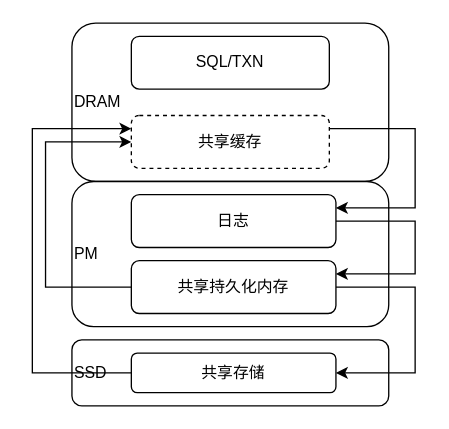
Above: RWFLOW.drawio in rehoboan/Draw-Files (draw.io), before the change. Source tidied: cells renumbered, new cells numbered last; positions are measured from the earlier drawing's top-left corner, leaving out a move shared by most shapes. Both pictures are drawn from the tidied source at 132%, with x=0, y=0 at pixel (32, 22).
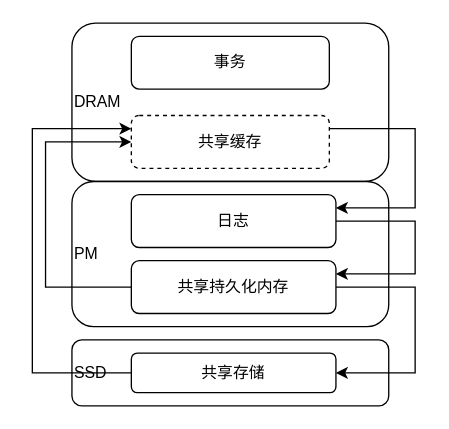
The same page after the edit.

What changed in the source:
```diff
@@
-    <mxCell id="5" value="SQL/TXN" style="rounded=1;whiteSpace=wrap;html=1;" parent="1" vertex="1">
+    <mxCell id="5" value="事务" style="rounded=1;whiteSpace=wrap;html=1;" parent="1" vertex="1">
       <mxGeometry x="75" y="10" width="150" height="40" as="geometry" />
     </mxCell>
```
